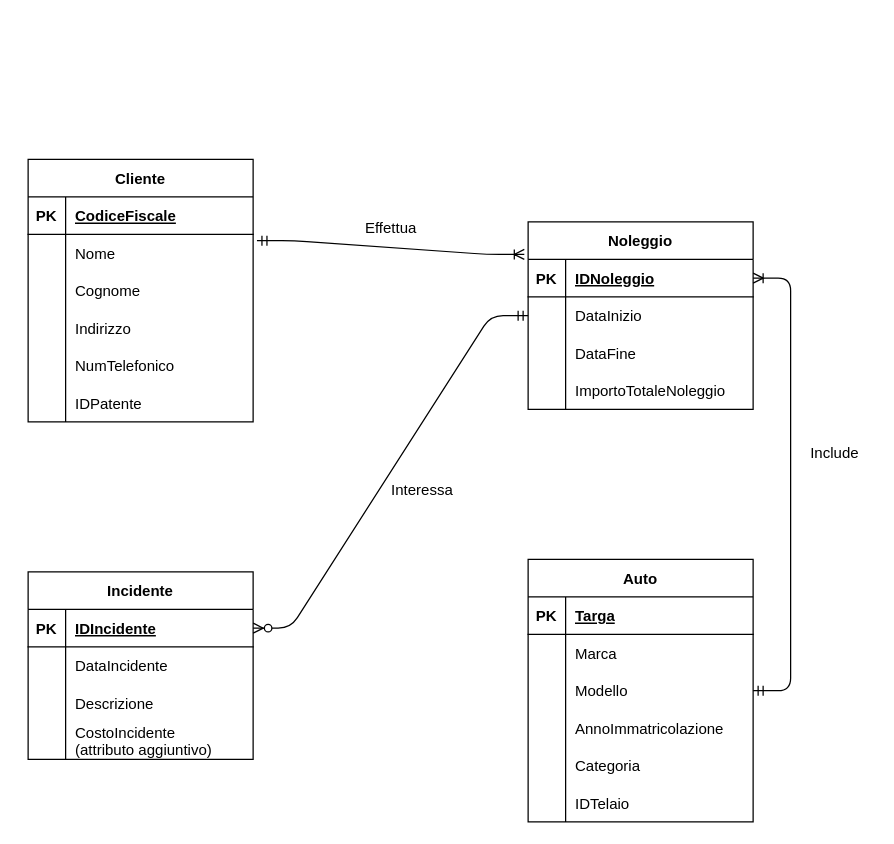
This is AS_2024_2025/5IA_Informatica/Lezioni/Esercizi_ModellazioneConcettuale/Esercizio01_Informatica_ProgettazioneConcettuale_Soluzione.drawio from FrancescoGobbi/Didattica_GalileoGalilei_Ostiglia, a draw.io file, before an edit. Source tidied: cells renumbered, new cells numbered last; positions are measured from the earlier drawing's top-left corner, leaving out a move shared by most shapes. Both pictures are drawn from the tidied source at 125%, with x=0, y=0 at pixel (28, 159).
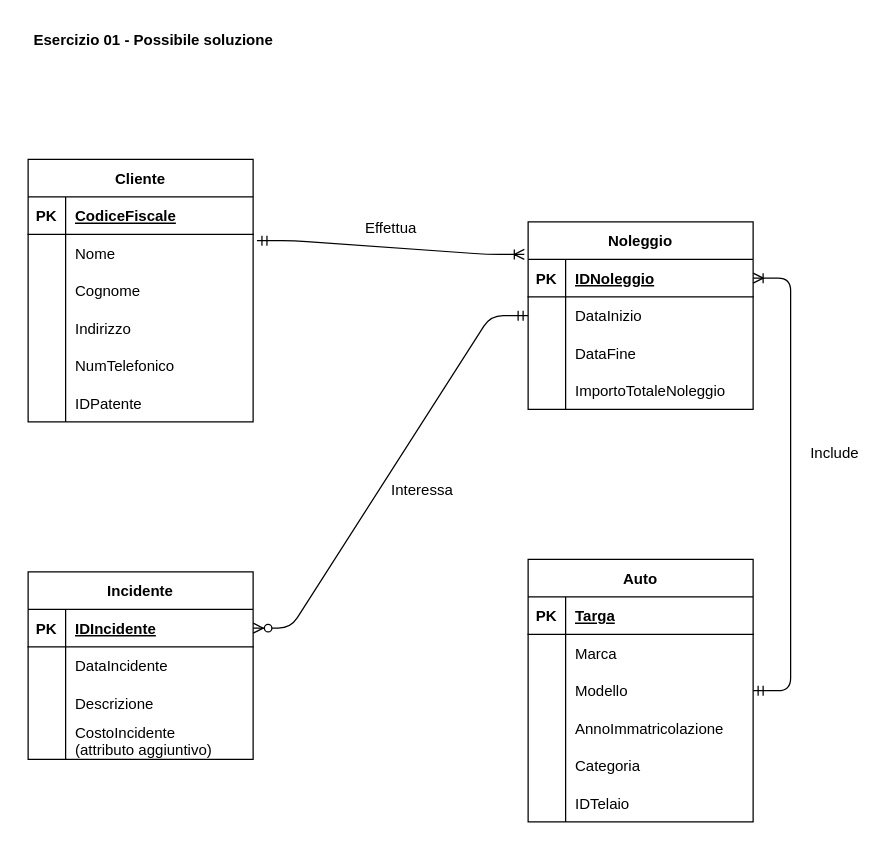
After the change.

The edit, as a diff of the source:
```diff
@@
+    <mxCell id="72" value="Esercizio 01 - Possibile soluzione" style="text;html=1;align=center;verticalAlign=middle;strokeColor=none;fillColor=none;fontStyle=1;" parent="1" vertex="1">
+      <mxGeometry x="-5" y="-110" width="210" height="30" as="geometry" />
+    </mxCell>
```
